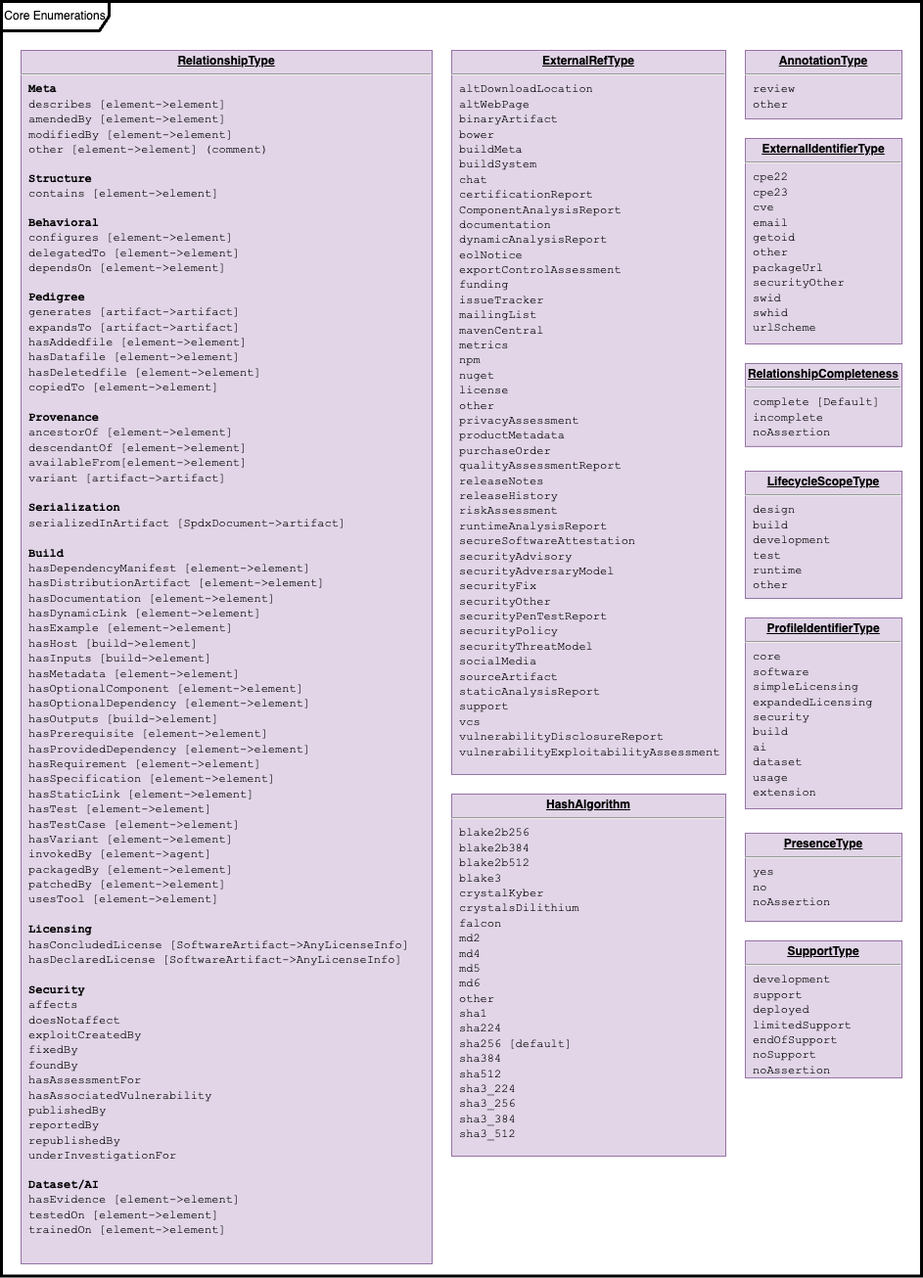
Earlier version of the draw.io export model Core Enumerations.png (spdx/spdx-3-model). Source tidied: cells renumbered, new cells last; positions are measured from the earlier drawing's top-left corner, leaving out a move shared by most shapes.
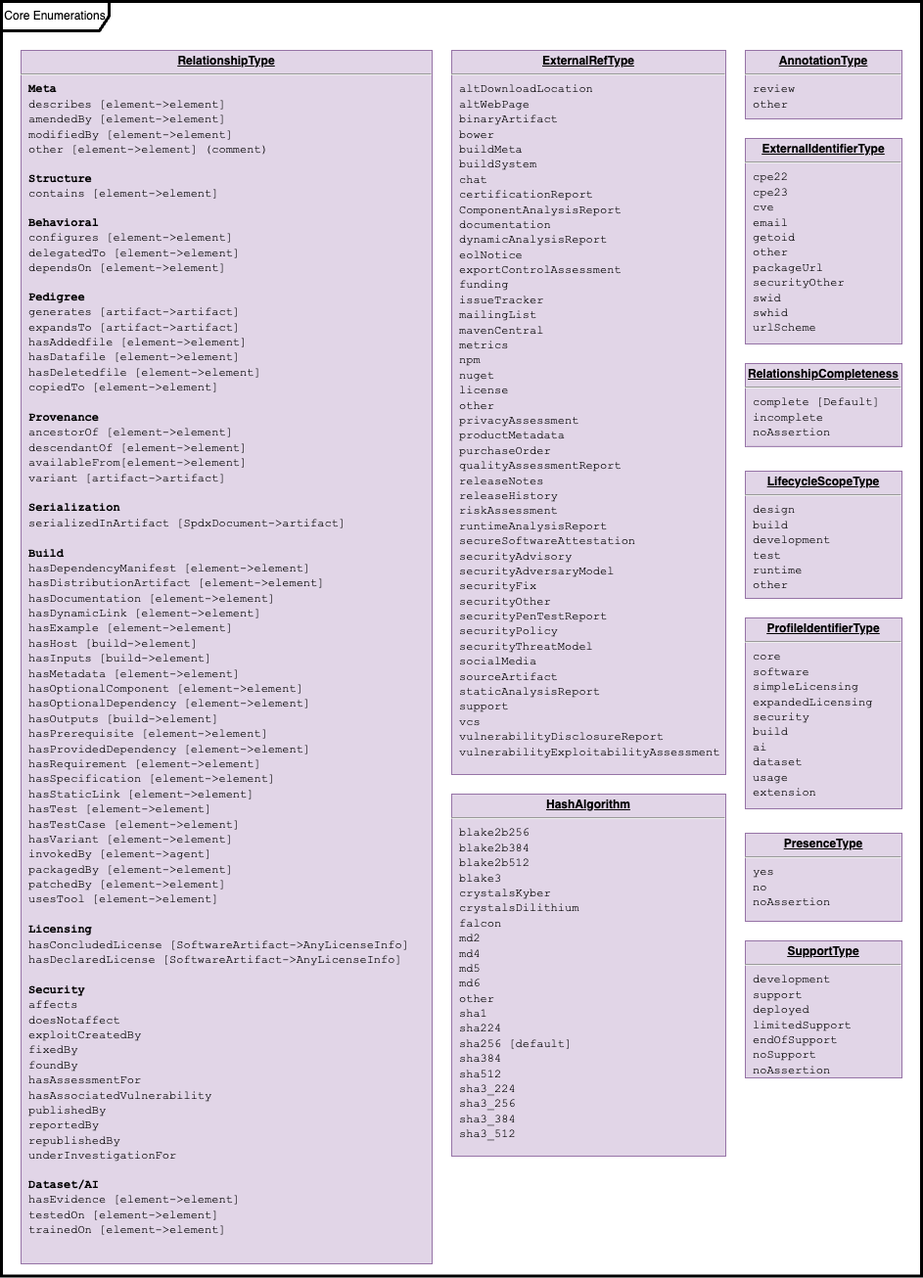
The same diagram one commit later.

Commit message:
Fixed typo in crystalsKyber

What changed in the source:
```diff
@@ -13,3 +13,3 @@
     </mxCell>
-    <mxCell id="5" value="&lt;p style=&quot;margin: 0px ; margin-top: 4px ; text-align: center ; text-decoration: underline&quot;&gt;&lt;b&gt;HashAlgorithm&lt;/b&gt;&lt;/p&gt;&lt;hr&gt;&lt;p style=&quot;margin: 0px ; margin-left: 8px&quot;&gt;&lt;font face=&quot;Courier New&quot;&gt;blake2b256&lt;/font&gt;&lt;/p&gt;&lt;p style=&quot;margin: 0px ; margin-left: 8px&quot;&gt;&lt;font face=&quot;Courier New&quot;&gt;blake2b384&lt;/font&gt;&lt;/p&gt;&lt;p style=&quot;margin: 0px ; margin-left: 8px&quot;&gt;&lt;font face=&quot;Courier New&quot;&gt;blake2b512&lt;/font&gt;&lt;/p&gt;&lt;p style=&quot;margin: 0px ; margin-left: 8px&quot;&gt;&lt;font face=&quot;Courier New&quot;&gt;blake3&lt;/font&gt;&lt;/p&gt;&lt;p style=&quot;margin: 0px ; margin-left: 8px&quot;&gt;&lt;font face=&quot;Courier New&quot;&gt;crystalKyber&lt;/font&gt;&lt;/p&gt;&lt;p style=&quot;margin: 0px ; margin-left: 8px&quot;&gt;&lt;font face=&quot;Courier New&quot;&gt;crystalsDilithium&lt;/font&gt;&lt;/p&gt;&lt;p style=&quot;margin: 0px ; margin-left: 8px&quot;&gt;&lt;font face=&quot;Courier New&quot;&gt;falcon&lt;/font&gt;&lt;/p&gt;&lt;p style=&quot;margin: 0px ; margin-left: 8px&quot;&gt;&lt;span style=&quot;font-family: &amp;quot;Courier New&amp;quot;; background-color: initial;&quot;&gt;md2&lt;/span&gt;&lt;br&gt;&lt;/p&gt;&lt;p style=&quot;margin: 0px ; margin-left: 8px&quot;&gt;&lt;font face=&quot;Courier New&quot;&gt;md4&lt;/font&gt;&lt;/p&gt;&lt;p style=&quot;margin: 0px ; margin-left: 8px&quot;&gt;&lt;font face=&quot;Courier New&quot;&gt;md5&lt;/font&gt;&lt;/p&gt;&lt;p style=&quot;margin: 0px ; margin-left: 8px&quot;&gt;&lt;font face=&quot;Courier New&quot;&gt;md6&lt;/font&gt;&lt;/p&gt;&lt;p style=&quot;margin: 0px ; margin-left: 8px&quot;&gt;&lt;font face=&quot;Courier New&quot;&gt;other&lt;/font&gt;&lt;/p&gt;&lt;p style=&quot;border-color: var(--border-color); margin: 0px 0px 0px 8px;&quot;&gt;&lt;font style=&quot;border-color: var(--border-color);&quot; face=&quot;Courier New&quot;&gt;sha1&lt;/font&gt;&lt;/p&gt;&lt;p style=&quot;border-color: var(--border-color); margin: 0px 0px 0px 8px;&quot;&gt;&lt;font style=&quot;border-color: var(--border-color);&quot; face=&quot;Courier New&quot;&gt;sha224&lt;/font&gt;&lt;/p&gt;&lt;p style=&quot;border-color: var(--border-color); margin: 0px 0px 0px 8px;&quot;&gt;&lt;font style=&quot;border-color: var(--border-color);&quot; face=&quot;Courier New&quot;&gt;sha256 [default]&lt;/font&gt;&lt;/p&gt;&lt;p style=&quot;border-color: var(--border-color); margin: 0px 0px 0px 8px;&quot;&gt;&lt;font style=&quot;border-color: var(--border-color);&quot; face=&quot;Courier New&quot;&gt;sha384&lt;/font&gt;&lt;/p&gt;&lt;p style=&quot;border-color: var(--border-color); margin: 0px 0px 0px 8px;&quot;&gt;&lt;font style=&quot;border-color: var(--border-color);&quot; face=&quot;Courier New&quot;&gt;sha512&lt;/font&gt;&lt;/p&gt;&lt;p style=&quot;border-color: var(--border-color); margin: 0px 0px 0px 8px;&quot;&gt;&lt;font style=&quot;border-color: var(--border-color);&quot; face=&quot;Courier New&quot;&gt;sha3_224&lt;/font&gt;&lt;/p&gt;&lt;p style=&quot;border-color: var(--border-color); margin: 0px 0px 0px 8px;&quot;&gt;&lt;font style=&quot;border-color: var(--border-color);&quot; face=&quot;Courier New&quot;&gt;sha3_256&lt;/font&gt;&lt;/p&gt;&lt;p style=&quot;border-color: var(--border-color); margin: 0px 0px 0px 8px;&quot;&gt;&lt;font style=&quot;border-color: var(--border-color);&quot; face=&quot;Courier New&quot;&gt;sha3_384&lt;/font&gt;&lt;/p&gt;&lt;p style=&quot;border-color: var(--border-color); margin: 0px 0px 0px 8px;&quot;&gt;&lt;font style=&quot;border-color: var(--border-color);&quot; face=&quot;Courier New&quot;&gt;sha3_512&lt;/font&gt;&lt;/p&gt;" style="verticalAlign=top;align=left;overflow=fill;fontSize=12;fontFamily=Helvetica;html=1;fillColor=#e1d5e7;strokeColor=#9673a6;" parent="1" vertex="1">
+    <mxCell id="5" value="&lt;p style=&quot;margin: 0px ; margin-top: 4px ; text-align: center ; text-decoration: underline&quot;&gt;&lt;b&gt;HashAlgorithm&lt;/b&gt;&lt;/p&gt;&lt;hr&gt;&lt;p style=&quot;margin: 0px ; margin-left: 8px&quot;&gt;&lt;font face=&quot;Courier New&quot;&gt;blake2b256&lt;/font&gt;&lt;/p&gt;&lt;p style=&quot;margin: 0px ; margin-left: 8px&quot;&gt;&lt;font face=&quot;Courier New&quot;&gt;blake2b384&lt;/font&gt;&lt;/p&gt;&lt;p style=&quot;margin: 0px ; margin-left: 8px&quot;&gt;&lt;font face=&quot;Courier New&quot;&gt;blake2b512&lt;/font&gt;&lt;/p&gt;&lt;p style=&quot;margin: 0px ; margin-left: 8px&quot;&gt;&lt;font face=&quot;Courier New&quot;&gt;blake3&lt;/font&gt;&lt;/p&gt;&lt;p style=&quot;margin: 0px ; margin-left: 8px&quot;&gt;&lt;font face=&quot;Courier New&quot;&gt;crystalsKyber&lt;/font&gt;&lt;/p&gt;&lt;p style=&quot;margin: 0px ; margin-left: 8px&quot;&gt;&lt;font face=&quot;Courier New&quot;&gt;crystalsDilithium&lt;/font&gt;&lt;/p&gt;&lt;p style=&quot;margin: 0px ; margin-left: 8px&quot;&gt;&lt;font face=&quot;Courier New&quot;&gt;falcon&lt;/font&gt;&lt;/p&gt;&lt;p style=&quot;margin: 0px ; margin-left: 8px&quot;&gt;&lt;span style=&quot;font-family: &amp;quot;Courier New&amp;quot;; background-color: initial;&quot;&gt;md2&lt;/span&gt;&lt;br&gt;&lt;/p&gt;&lt;p style=&quot;margin: 0px ; margin-left: 8px&quot;&gt;&lt;font face=&quot;Courier New&quot;&gt;md4&lt;/font&gt;&lt;/p&gt;&lt;p style=&quot;margin: 0px ; margin-left: 8px&quot;&gt;&lt;font face=&quot;Courier New&quot;&gt;md5&lt;/font&gt;&lt;/p&gt;&lt;p style=&quot;margin: 0px ; margin-left: 8px&quot;&gt;&lt;font face=&quot;Courier New&quot;&gt;md6&lt;/font&gt;&lt;/p&gt;&lt;p style=&quot;margin: 0px ; margin-left: 8px&quot;&gt;&lt;font face=&quot;Courier New&quot;&gt;other&lt;/font&gt;&lt;/p&gt;&lt;p style=&quot;border-color: var(--border-color); margin: 0px 0px 0px 8px;&quot;&gt;&lt;font style=&quot;border-color: var(--border-color);&quot; face=&quot;Courier New&quot;&gt;sha1&lt;/font&gt;&lt;/p&gt;&lt;p style=&quot;border-color: var(--border-color); margin: 0px 0px 0px 8px;&quot;&gt;&lt;font style=&quot;border-color: var(--border-color);&quot; face=&quot;Courier New&quot;&gt;sha224&lt;/font&gt;&lt;/p&gt;&lt;p style=&quot;border-color: var(--border-color); margin: 0px 0px 0px 8px;&quot;&gt;&lt;font style=&quot;border-color: var(--border-color);&quot; face=&quot;Courier New&quot;&gt;sha256 [default]&lt;/font&gt;&lt;/p&gt;&lt;p style=&quot;border-color: var(--border-color); margin: 0px 0px 0px 8px;&quot;&gt;&lt;font style=&quot;border-color: var(--border-color);&quot; face=&quot;Courier New&quot;&gt;sha384&lt;/font&gt;&lt;/p&gt;&lt;p style=&quot;border-color: var(--border-color); margin: 0px 0px 0px 8px;&quot;&gt;&lt;font style=&quot;border-color: var(--border-color);&quot; face=&quot;Courier New&quot;&gt;sha512&lt;/font&gt;&lt;/p&gt;&lt;p style=&quot;border-color: var(--border-color); margin: 0px 0px 0px 8px;&quot;&gt;&lt;font style=&quot;border-color: var(--border-color);&quot; face=&quot;Courier New&quot;&gt;sha3_224&lt;/font&gt;&lt;/p&gt;&lt;p style=&quot;border-color: var(--border-color); margin: 0px 0px 0px 8px;&quot;&gt;&lt;font style=&quot;border-color: var(--border-color);&quot; face=&quot;Courier New&quot;&gt;sha3_256&lt;/font&gt;&lt;/p&gt;&lt;p style=&quot;border-color: var(--border-color); margin: 0px 0px 0px 8px;&quot;&gt;&lt;font style=&quot;border-color: var(--border-color);&quot; face=&quot;Courier New&quot;&gt;sha3_384&lt;/font&gt;&lt;/p&gt;&lt;p style=&quot;border-color: var(--border-color); margin: 0px 0px 0px 8px;&quot;&gt;&lt;font style=&quot;border-color: var(--border-color);&quot; face=&quot;Courier New&quot;&gt;sha3_512&lt;/font&gt;&lt;/p&gt;" style="verticalAlign=top;align=left;overflow=fill;fontSize=12;fontFamily=Helvetica;html=1;fillColor=#e1d5e7;strokeColor=#9673a6;" parent="1" vertex="1">
       <mxGeometry x="460" y="810" width="280" height="370" as="geometry" />
```
